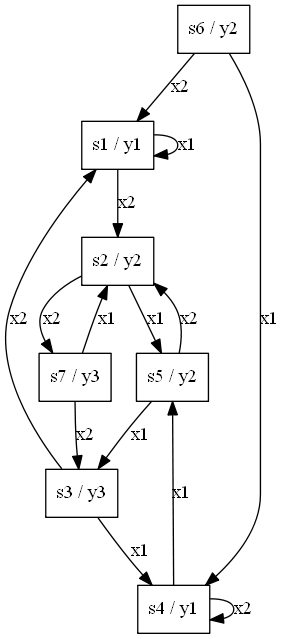
Earlier version of the Graphviz export Automata/normal_machine.png (iandreyshev/AutomataTheory). Its source is kept beside it as Automata/normal_machine.dot. Source of this version:
```dot
digraph G{
1 [shape="box"label="s1 / y1"];
1->1 [label="x1 "];
1->2 [label="x2 "];
2 [shape="box"label="s2 / y2"];
2->5 [label="x1 "];
2->7 [label="x2 "];
3 [shape="box"label="s3 / y3"];
3->4 [label="x1 "];
3->1 [label="x2 "];
4 [shape="box"label="s4 / y1"];
4->5 [label="x1 "];
4->4 [label="x2 "];
5 [shape="box"label="s5 / y2"];
5->3 [label="x1 "];
5->2 [label="x2 "];
6 [shape="box"label="s6 / y2"];
6->4 [label="x1 "];
6->1 [label="x2 "];
7 [shape="box"label="s7 / y3"];
7->2 [label="x1 "];
7->3 [label="x2 "];
}
```
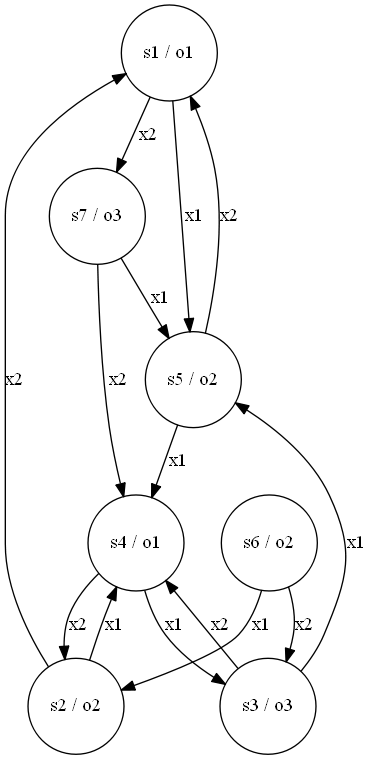
The same diagram one commit later.

The edit, as a diff of the source:
```diff
@@ -1,23 +1,23 @@
 digraph G{
-1 [shape="box"label="s1 / y1"];
-1->1 [label="x1 "];
-1->2 [label="x2 "];
-2 [shape="box"label="s2 / y2"];
-2->5 [label="x1 "];
-2->7 [label="x2 "];
-3 [shape="box"label="s3 / y3"];
-3->4 [label="x1 "];
-3->1 [label="x2 "];
-4 [shape="box"label="s4 / y1"];
-4->5 [label="x1 "];
-4->4 [label="x2 "];
-5 [shape="box"label="s5 / y2"];
-5->3 [label="x1 "];
-5->2 [label="x2 "];
-6 [shape="box"label="s6 / y2"];
-6->4 [label="x1 "];
-6->1 [label="x2 "];
-7 [shape="box"label="s7 / y3"];
-7->2 [label="x1 "];
-7->3 [label="x2 "];
+1 [shape="circle"label="s1 / o1"];
+1->5 [label="x1 "];
+1->7 [label="x2 "];
+2 [shape="circle"label="s2 / o2"];
+2->4 [label="x1 "];
+2->1 [label="x2 "];
+3 [shape="circle"label="s3 / o3"];
+3->5 [label="x1 "];
+3->4 [label="x2 "];
+4 [shape="circle"label="s4 / o1"];
+4->3 [label="x1 "];
+4->2 [label="x2 "];
+5 [shape="circle"label="s5 / o2"];
+5->4 [label="x1 "];
+5->1 [label="x2 "];
+6 [shape="circle"label="s6 / o2"];
+6->2 [label="x1 "];
+6->3 [label="x2 "];
+7 [shape="circle"label="s7 / o3"];
+7->5 [label="x1 "];
+7->4 [label="x2 "];
 }
```
